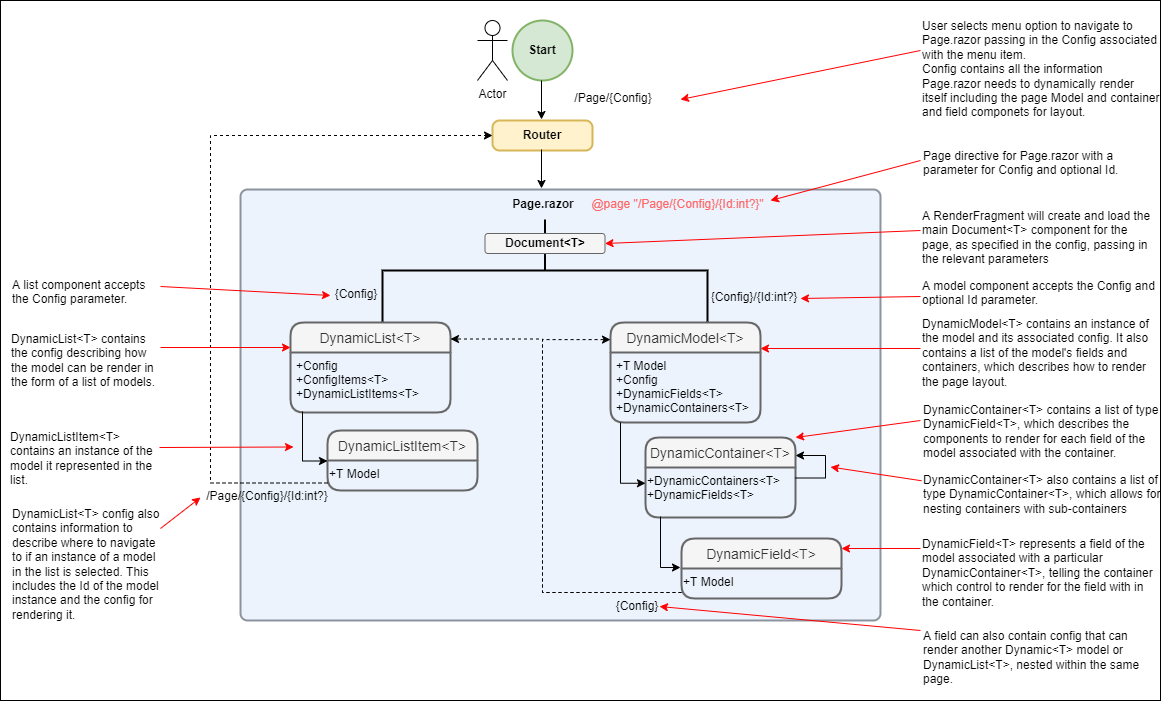
Above: readme-images/PageRenderHierarchy.drawio.png in grantcolley/headway (draw.io), before the change. Source tidied: cells renumbered, new cells last; positions are measured from the earlier drawing's top-left corner, leaving out a move shared by most shapes.
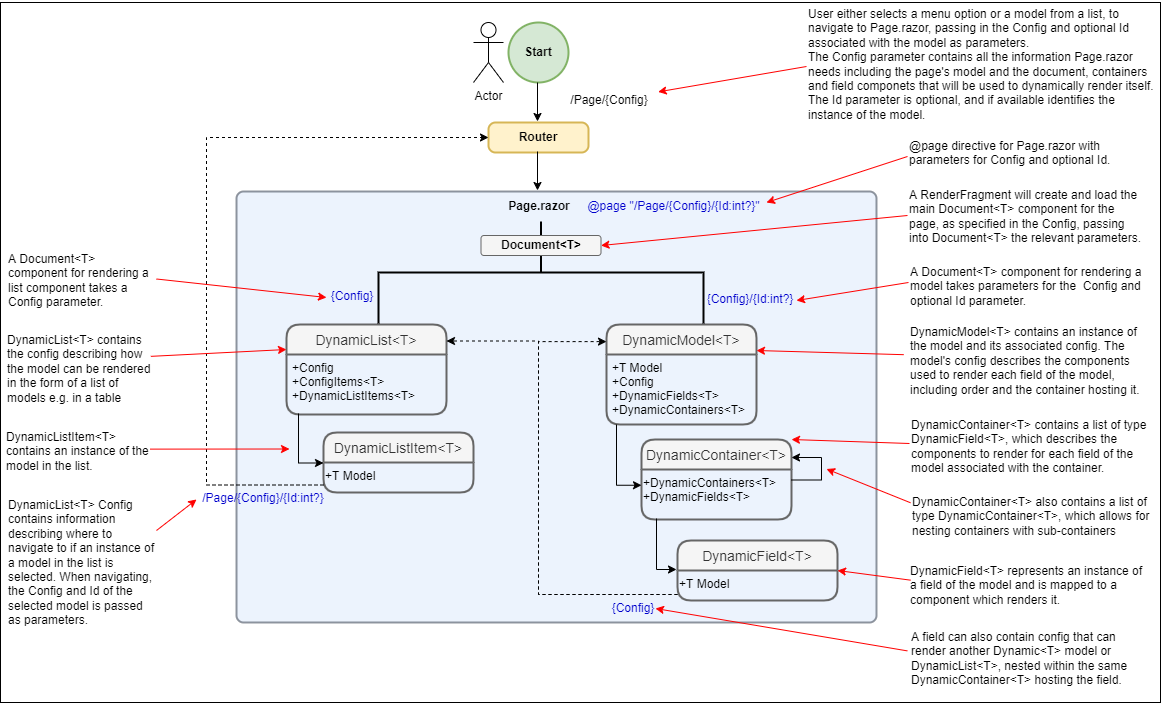
The same file after the commit.

The edit, as a diff of the source:
```diff
@@ -3,7 +3,7 @@
     <mxCell id="0" />
     <mxCell id="1" parent="0" />
     <mxCell id="2" style="rounded=0;whiteSpace=wrap;html=1;fontColor=#000000;" parent="1" vertex="1">
-      <mxGeometry width="1160" height="700" as="geometry" />
+      <mxGeometry x="4" width="1160" height="700" as="geometry" />
     </mxCell>
     <mxCell id="3" value="&lt;b&gt;Start&lt;/b&gt;" style="strokeWidth=2;html=1;shape=mxgraph.flowchart.start_2;whiteSpace=wrap;fillColor=#d5e8d4;strokeColor=#82b366;" parent="1" vertex="1">
       <mxGeometry x="512" y="20" width="60" height="60" as="geometry" />
@@ -124,57 +124,47 @@
     <mxCell id="27" value="/Page/{Config}" style="text;strokeColor=none;fillColor=none;spacingLeft=4;spacingRight=4;overflow=hidden;points=[[0,0.5],[1,0.5]];portConstraint=eastwest;fontSize=12;align=center;opacity=50;" parent="1" vertex="1">
       <mxGeometry x="546" y="84" width="134" height="30" as="geometry" />
     </mxCell>
-    <mxCell id="28" value="/Page/{Config}/{Id:int?}" style="text;strokeColor=none;fillColor=none;spacingLeft=4;spacingRight=4;overflow=hidden;fontSize=12;align=center;opacity=50;direction=east;rotation=0;" parent="1" vertex="1">
+    <mxCell id="28" value="/Page/{Config}/{Id:int?}" style="text;strokeColor=none;fillColor=none;spacingLeft=4;spacingRight=4;overflow=hidden;fontSize=12;align=center;opacity=50;direction=east;rotation=0;fontColor=#0000CC;" parent="1" vertex="1">
       <mxGeometry x="200" y="482" width="134" height="30" as="geometry" />
     </mxCell>
-    <mxCell id="29" value="{Config}" style="text;strokeColor=none;fillColor=none;spacingLeft=4;spacingRight=4;overflow=hidden;points=[[0,0.5],[1,0.5]];portConstraint=eastwest;fontSize=12;align=center;opacity=50;" parent="1" vertex="1">
+    <mxCell id="29" value="{Config}" style="text;strokeColor=none;fillColor=none;spacingLeft=4;spacingRight=4;overflow=hidden;points=[[0,0.5],[1,0.5]];portConstraint=eastwest;fontSize=12;align=center;opacity=50;fontColor=#0000CC;" parent="1" vertex="1">
       <mxGeometry x="330" y="280" width="52" height="30" as="geometry" />
     </mxCell>
-    <mxCell id="30" value="{Config}/{Id:int?}" style="text;strokeColor=none;fillColor=none;spacingLeft=4;spacingRight=4;overflow=hidden;fontSize=12;align=center;opacity=50;" parent="1" vertex="1">
+    <mxCell id="30" value="{Config}/{Id:int?}" style="text;strokeColor=none;fillColor=none;spacingLeft=4;spacingRight=4;overflow=hidden;fontSize=12;align=center;opacity=50;fontColor=#0000CC;" parent="1" vertex="1">
       <mxGeometry x="707" y="283" width="94" height="30" as="geometry" />
     </mxCell>
-    <mxCell id="31" value="@page &quot;/Page/{Config}/{Id:int?}&quot;" style="text;strokeColor=none;fillColor=none;spacingLeft=4;spacingRight=4;overflow=hidden;fontSize=12;align=center;opacity=50;fontColor=#FF6666;" parent="1" vertex="1">
+    <mxCell id="31" value="@page &quot;/Page/{Config}/{Id:int?}&quot;" style="text;strokeColor=none;fillColor=none;spacingLeft=4;spacingRight=4;overflow=hidden;fontSize=12;align=center;opacity=50;fontColor=#0000CC;" parent="1" vertex="1">
       <mxGeometry x="585" y="190" width="185" height="30" as="geometry" />
     </mxCell>
     <mxCell id="32" value="Actor" style="shape=umlActor;verticalLabelPosition=bottom;verticalAlign=top;html=1;" parent="1" vertex="1">
       <mxGeometry x="477" y="20" width="30" height="60" as="geometry" />
     </mxCell>
-    <mxCell id="33" style="endArrow=classic;html=1;rounded=0;entryX=1;entryY=0.5;entryDx=0;entryDy=0;fillColor=#f8cecc;strokeColor=#FF0000;" parent="1" edge="1">
-      <mxGeometry relative="1" as="geometry">
-        <mxPoint x="920" y="50" as="sourcePoint" />
-        <mxPoint x="680" y="99" as="targetPoint" />
-      </mxGeometry>
+    <mxCell id="33" style="endArrow=classic;html=1;rounded=0;fillColor=#f8cecc;strokeColor=#FF0000;exitX=0;exitY=0.5;exitDx=0;exitDy=0;entryX=0.863;entryY=0.179;entryDx=0;entryDy=0;entryPerimeter=0;" parent="1" edge="1" source="45" target="27">
+      <mxGeometry relative="1" as="geometry" />
     </mxCell>
     <mxCell id="34" style="endArrow=classic;html=1;rounded=0;strokeColor=#FF0000;exitX=0;exitY=0.5;exitDx=0;exitDy=0;" parent="1" edge="1" source="48">
       <mxGeometry relative="1" as="geometry">
         <mxPoint x="800" y="298" as="targetPoint" />
       </mxGeometry>
     </mxCell>
-    <mxCell id="35" style="endArrow=classic;html=1;rounded=0;strokeColor=#FF0000;entryX=0.989;entryY=0.167;entryDx=0;entryDy=0;entryPerimeter=0;" parent="1" edge="1">
+    <mxCell id="35" style="endArrow=classic;html=1;rounded=0;strokeColor=#FF0000;entryX=0.989;entryY=0.167;entryDx=0;entryDy=0;entryPerimeter=0;exitX=-0.02;exitY=0.402;exitDx=0;exitDy=0;exitPerimeter=0;" parent="1" edge="1" source="52">
       <mxGeometry relative="1" as="geometry">
-        <mxPoint x="920" y="348" as="sourcePoint" />
         <mxPoint x="760" y="348" as="targetPoint" />
       </mxGeometry>
     </mxCell>
-    <mxCell id="36" style="endArrow=classic;html=1;rounded=0;strokeColor=#FF0000;entryX=1;entryY=0;entryDx=0;entryDy=0;" parent="1" edge="1" target="12">
-      <mxGeometry relative="1" as="geometry">
-        <mxPoint x="920" y="420" as="sourcePoint" />
-      </mxGeometry>
+    <mxCell id="36" style="endArrow=classic;html=1;rounded=0;strokeColor=#FF0000;entryX=1;entryY=0;entryDx=0;entryDy=0;exitX=0;exitY=0.5;exitDx=0;exitDy=0;" parent="1" edge="1" source="53" target="12">
+      <mxGeometry relative="1" as="geometry" />
     </mxCell>
     <mxCell id="37" style="endArrow=classic;html=1;rounded=0;strokeColor=#FF0000;entryX=1;entryY=0;entryDx=0;entryDy=0;exitX=0;exitY=0.25;exitDx=0;exitDy=0;" parent="1" edge="1" source="54">
       <mxGeometry relative="1" as="geometry">
         <mxPoint x="830" y="466.5" as="targetPoint" />
       </mxGeometry>
     </mxCell>
-    <mxCell id="38" style="endArrow=classic;html=1;rounded=0;strokeColor=#FF0000;" parent="1" edge="1">
-      <mxGeometry relative="1" as="geometry">
-        <mxPoint x="920" y="548" as="sourcePoint" />
-        <mxPoint x="841" y="548" as="targetPoint" />
-      </mxGeometry>
+    <mxCell id="38" style="endArrow=classic;html=1;rounded=0;strokeColor=#FF0000;exitX=0.009;exitY=0.378;exitDx=0;exitDy=0;exitPerimeter=0;entryX=1;entryY=0.5;entryDx=0;entryDy=0;" parent="1" edge="1" source="55" target="15">
+      <mxGeometry relative="1" as="geometry" />
     </mxCell>
-    <mxCell id="39" style="endArrow=classic;html=1;rounded=0;strokeColor=#FF0000;" parent="1" edge="1">
+    <mxCell id="39" style="endArrow=classic;html=1;rounded=0;strokeColor=#FF0000;exitX=-0.009;exitY=0.351;exitDx=0;exitDy=0;exitPerimeter=0;" parent="1" edge="1" source="56">
       <mxGeometry relative="1" as="geometry">
-        <mxPoint x="920" y="630" as="sourcePoint" />
         <mxPoint x="659" y="606" as="targetPoint" />
       </mxGeometry>
     </mxCell>
@@ -184,78 +174,71 @@
         <mxPoint x="200" y="497" as="targetPoint" />
       </mxGeometry>
     </mxCell>
-    <mxCell id="41" style="endArrow=classic;html=1;rounded=0;strokeColor=#FF0000;entryX=0;entryY=0.5;entryDx=0;entryDy=0;" parent="1" edge="1" target="29">
-      <mxGeometry relative="1" as="geometry">
-        <mxPoint x="160" y="286" as="sourcePoint" />
-      </mxGeometry>
+    <mxCell id="41" style="endArrow=classic;html=1;rounded=0;strokeColor=#FF0000;entryX=0;entryY=0.5;entryDx=0;entryDy=0;exitX=1;exitY=0.5;exitDx=0;exitDy=0;exitPerimeter=0;" parent="1" edge="1" source="57" target="29">
+      <mxGeometry relative="1" as="geometry" />
     </mxCell>
-    <mxCell id="42" style="endArrow=classic;html=1;rounded=0;strokeColor=#FF0000;entryX=0;entryY=0.5;entryDx=0;entryDy=0;" parent="1" edge="1">
+    <mxCell id="42" style="endArrow=classic;html=1;rounded=0;strokeColor=#FF0000;entryX=0;entryY=0.5;entryDx=0;entryDy=0;exitX=0.969;exitY=0.398;exitDx=0;exitDy=0;exitPerimeter=0;" parent="1" edge="1" source="58">
       <mxGeometry relative="1" as="geometry">
-        <mxPoint x="160" y="347" as="sourcePoint" />
         <mxPoint x="290" y="347" as="targetPoint" />
       </mxGeometry>
     </mxCell>
-    <mxCell id="43" style="endArrow=classic;html=1;rounded=0;strokeColor=#FF0000;entryX=0;entryY=0.5;entryDx=0;entryDy=0;" parent="1" edge="1">
+    <mxCell id="43" style="endArrow=classic;html=1;rounded=0;strokeColor=#FF0000;entryX=0;entryY=0.5;entryDx=0;entryDy=0;exitX=0.97;exitY=0.387;exitDx=0;exitDy=0;exitPerimeter=0;" parent="1" edge="1" source="59">
       <mxGeometry relative="1" as="geometry">
-        <mxPoint x="159" y="447" as="sourcePoint" />
         <mxPoint x="293" y="446.5" as="targetPoint" />
       </mxGeometry>
     </mxCell>
-    <mxCell id="44" value="{Config}" style="text;strokeColor=none;fillColor=none;spacingLeft=4;spacingRight=4;overflow=hidden;fontSize=12;align=center;opacity=50;" parent="1" vertex="1">
+    <mxCell id="44" value="{Config}" style="text;strokeColor=none;fillColor=none;spacingLeft=4;spacingRight=4;overflow=hidden;fontSize=12;align=center;opacity=50;fontColor=#0000CC;" parent="1" vertex="1">
       <mxGeometry x="590" y="592" width="94" height="30" as="geometry" />
     </mxCell>
-    <mxCell id="45" value="User selects menu option to navigate to Page.razor passing in the Config associated with the menu item.&lt;br&gt;Config contains all the information Page.razor needs to dynamically render itself including the page Model and container and field componets for layout." style="text;html=1;strokeColor=none;fillColor=none;align=left;verticalAlign=top;whiteSpace=wrap;rounded=0;" parent="1" vertex="1">
-      <mxGeometry x="920" y="12" width="240" height="115" as="geometry" />
+    <mxCell id="45" value="User either selects a menu option or a model from a list, to navigate to Page.razor, passing in the Config and optional Id associated with the model as parameters.&lt;br&gt;The Config parameter contains all the information Page.razor needs including the page's model and the document, containers and field componets that will be used to dynamically render itself.&lt;br&gt;The Id parameter is optional, and if available identifies the instance of the&amp;nbsp;model." style="text;html=1;strokeColor=none;fillColor=none;align=left;verticalAlign=top;whiteSpace=wrap;rounded=0;" parent="1" vertex="1">
+      <mxGeometry x="810" y="-2" width="350" height="132" as="geometry" />
     </mxCell>
-    <mxCell id="46" style="endArrow=classic;html=1;rounded=0;strokeColor=#FF0000;entryX=0.989;entryY=0.167;entryDx=0;entryDy=0;entryPerimeter=0;" parent="1" edge="1">
+    <mxCell id="46" style="endArrow=classic;html=1;rounded=0;strokeColor=#FF0000;entryX=0.989;entryY=0.167;entryDx=0;entryDy=0;entryPerimeter=0;exitX=0;exitY=0.5;exitDx=0;exitDy=0;" parent="1" edge="1" source="47">
       <mxGeometry relative="1" as="geometry">
-        <mxPoint x="920" y="160" as="sourcePoint" />
         <mxPoint x="770" y="200" as="targetPoint" />
       </mxGeometry>
     </mxCell>
-    <mxCell id="47" value="Page directive for Page.razor with a parameter for Config and optional Id." style="text;html=1;strokeColor=none;fillColor=none;align=left;verticalAlign=top;whiteSpace=wrap;rounded=0;" parent="1" vertex="1">
-      <mxGeometry x="921" y="142" width="240" height="48" as="geometry" />
+    <mxCell id="47" value="@page directive for Page.razor with parameters for Config and optional Id." style="text;html=1;strokeColor=none;fillColor=none;align=left;verticalAlign=top;whiteSpace=wrap;rounded=0;" parent="1" vertex="1">
+      <mxGeometry x="911" y="130" width="240" height="48" as="geometry" />
     </mxCell>
-    <mxCell id="48" value="A model component accepts the Config and optional Id parameter." style="text;html=1;strokeColor=none;fillColor=none;align=left;verticalAlign=top;whiteSpace=wrap;rounded=0;" parent="1" vertex="1">
-      <mxGeometry x="920" y="272" width="240" height="48" as="geometry" />
+    <mxCell id="48" value="A Document&amp;lt;T&amp;gt; component for rendering a model takes parameters for the&amp;nbsp; Config and optional Id parameter." style="text;html=1;strokeColor=none;fillColor=none;align=left;verticalAlign=top;whiteSpace=wrap;rounded=0;" parent="1" vertex="1">
+      <mxGeometry x="912" y="256" width="240" height="48" as="geometry" />
     </mxCell>
     <mxCell id="49" value="&lt;font color=&quot;#000000&quot;&gt;Document&amp;lt;T&amp;gt;&lt;/font&gt;" style="rounded=1;whiteSpace=wrap;html=1;fontColor=#333333;fillColor=#f5f5f5;strokeColor=#666666;fontStyle=1;" parent="1" vertex="1">
       <mxGeometry x="484.5" y="233" width="120" height="20" as="geometry" />
     </mxCell>
-    <mxCell id="50" style="endArrow=classic;html=1;rounded=0;strokeColor=#FF0000;entryX=1;entryY=0.5;entryDx=0;entryDy=0;" parent="1" edge="1" target="49">
-      <mxGeometry relative="1" as="geometry">
-        <mxPoint x="920" y="230" as="sourcePoint" />
-      </mxGeometry>
+    <mxCell id="50" style="endArrow=classic;html=1;rounded=0;strokeColor=#FF0000;entryX=1;entryY=0.5;entryDx=0;entryDy=0;exitX=0;exitY=0.5;exitDx=0;exitDy=0;" parent="1" edge="1" source="51" target="49">
+      <mxGeometry relative="1" as="geometry" />
     </mxCell>
-    <mxCell id="51" value="A RenderFragment will create and load the main Document&amp;lt;T&amp;gt; component for the page, as specified in the config, passing in the relevant parameters" style="text;html=1;strokeColor=none;fillColor=none;align=left;verticalAlign=top;whiteSpace=wrap;rounded=0;" parent="1" vertex="1">
-      <mxGeometry x="920" y="202" width="240" height="68" as="geometry" />
+    <mxCell id="51" value="A RenderFragment will create and load the main Document&amp;lt;T&amp;gt; component for the page, as specified in the Config, passing into Document&amp;lt;T&amp;gt; the relevant parameters." style="text;html=1;strokeColor=none;fillColor=none;align=left;verticalAlign=top;whiteSpace=wrap;rounded=0;" parent="1" vertex="1">
+      <mxGeometry x="911" y="179" width="240" height="68" as="geometry" />
     </mxCell>
-    <mxCell id="52" value="DynamicModel&amp;lt;T&amp;gt; contains an instance of the model and its associated config. It also contains a list of the model's fields and containers, which describes how to render the page layout.&amp;nbsp;" style="text;html=1;strokeColor=none;fillColor=none;align=left;verticalAlign=top;whiteSpace=wrap;rounded=0;" parent="1" vertex="1">
-      <mxGeometry x="920" y="310" width="240" height="90" as="geometry" />
+    <mxCell id="52" value="DynamicModel&amp;lt;T&amp;gt; contains an instance of the model and its associated config. The model's config describes the components used to render each field of the model, including order and the container hosting it." style="text;html=1;strokeColor=none;fillColor=none;align=left;verticalAlign=top;whiteSpace=wrap;rounded=0;" parent="1" vertex="1">
+      <mxGeometry x="912" y="316" width="240" height="90" as="geometry" />
     </mxCell>
     <mxCell id="53" value="DynamicContainer&amp;lt;T&amp;gt; contains a list of type DynamicField&amp;lt;T&amp;gt;, which describes the components to render for each field of the model associated with the container." style="text;html=1;strokeColor=none;fillColor=none;align=left;verticalAlign=top;whiteSpace=wrap;rounded=0;" parent="1" vertex="1">
-      <mxGeometry x="921" y="396" width="240" height="64" as="geometry" />
+      <mxGeometry x="913" y="409" width="240" height="64" as="geometry" />
     </mxCell>
     <mxCell id="54" value="DynamicContainer&amp;lt;T&amp;gt; also contains a list of type DynamicContainer&amp;lt;T&amp;gt;, which allows for nesting containers with sub-containers" style="text;html=1;strokeColor=none;fillColor=none;align=left;verticalAlign=top;whiteSpace=wrap;rounded=0;" parent="1" vertex="1">
-      <mxGeometry x="921" y="466" width="240" height="57" as="geometry" />
+      <mxGeometry x="914" y="486" width="240" height="57" as="geometry" />
     </mxCell>
-    <mxCell id="55" value="DynamicField&amp;lt;T&amp;gt; represents a field of the model associated with a particular DynamicContainer&amp;lt;T&amp;gt;, telling the container which control to render for the field with in the container.&amp;nbsp;" style="text;html=1;strokeColor=none;fillColor=none;align=left;verticalAlign=top;whiteSpace=wrap;rounded=0;" parent="1" vertex="1">
-      <mxGeometry x="920" y="530" width="240" height="80" as="geometry" />
+    <mxCell id="55" value="DynamicField&amp;lt;T&amp;gt; represents an instance of a field of the model and is mapped to a component which renders it." style="text;html=1;strokeColor=none;fillColor=none;align=left;verticalAlign=top;whiteSpace=wrap;rounded=0;" parent="1" vertex="1">
+      <mxGeometry x="912" y="555" width="240" height="60" as="geometry" />
     </mxCell>
-    <mxCell id="56" value="A field can also contain config that can render another Dynamic&amp;lt;T&amp;gt; model or DynamicList&amp;lt;T&amp;gt;, nested within the same page.&amp;nbsp;" style="text;html=1;strokeColor=none;fillColor=none;align=left;verticalAlign=top;whiteSpace=wrap;rounded=0;" parent="1" vertex="1">
-      <mxGeometry x="921" y="622" width="240" height="78" as="geometry" />
+    <mxCell id="56" value="A field can also contain config that can render another Dynamic&amp;lt;T&amp;gt; model or DynamicList&amp;lt;T&amp;gt;, nested within the same DynamicContainer&amp;lt;T&amp;gt; hosting the field.&amp;nbsp;" style="text;html=1;strokeColor=none;fillColor=none;align=left;verticalAlign=top;whiteSpace=wrap;rounded=0;" parent="1" vertex="1">
+      <mxGeometry x="913" y="621" width="240" height="78" as="geometry" />
     </mxCell>
-    <mxCell id="57" value="A list component accepts the Config parameter." style="text;html=1;strokeColor=none;fillColor=none;align=left;verticalAlign=top;whiteSpace=wrap;rounded=0;" parent="1" vertex="1">
-      <mxGeometry x="10" y="271" width="150" height="48" as="geometry" />
+    <mxCell id="57" value="A Document&amp;lt;T&amp;gt; component for rendering a list component takes a Config parameter." style="text;html=1;strokeColor=none;fillColor=none;align=left;verticalAlign=top;whiteSpace=wrap;rounded=0;" parent="1" vertex="1">
+      <mxGeometry x="10" y="243" width="150" height="67" as="geometry" />
     </mxCell>
-    <mxCell id="58" value="DynamicList&amp;lt;T&amp;gt; contains the config describing how the model can be render in the form of a list of models.&amp;nbsp;" style="text;html=1;strokeColor=none;fillColor=none;align=left;verticalAlign=top;whiteSpace=wrap;rounded=0;" parent="1" vertex="1">
-      <mxGeometry x="9" y="325" width="150" height="75" as="geometry" />
+    <mxCell id="58" value="DynamicList&amp;lt;T&amp;gt; contains the config describing how the model can be rendered in the form of a list of models e.g. in a table" style="text;html=1;strokeColor=none;fillColor=none;align=left;verticalAlign=top;whiteSpace=wrap;rounded=0;" parent="1" vertex="1">
+      <mxGeometry x="9" y="324" width="150" height="75" as="geometry" />
     </mxCell>
-    <mxCell id="59" value="DynamicListItem&amp;lt;T&amp;gt; contains an instance of the model it represented in the list." style="text;html=1;strokeColor=none;fillColor=none;align=left;verticalAlign=top;whiteSpace=wrap;rounded=0;" parent="1" vertex="1">
-      <mxGeometry x="8" y="422.5" width="150" height="67.5" as="geometry" />
+    <mxCell id="59" value="DynamicListItem&amp;lt;T&amp;gt; contains an instance of the model in the list." style="text;html=1;strokeColor=none;fillColor=none;align=left;verticalAlign=top;whiteSpace=wrap;rounded=0;" parent="1" vertex="1">
+      <mxGeometry x="8" y="420.5" width="150" height="67.5" as="geometry" />
     </mxCell>
-    <mxCell id="60" value="DynamicList&amp;lt;T&amp;gt; config also contains information to describe where to navigate to if an instance of a model in the list is selected. This includes the Id of the model instance and the config for rendering it." style="text;html=1;strokeColor=none;fillColor=none;align=left;verticalAlign=top;whiteSpace=wrap;rounded=0;" parent="1" vertex="1">
-      <mxGeometry x="10" y="500" width="150" height="130" as="geometry" />
+    <mxCell id="60" value="DynamicList&amp;lt;T&amp;gt; Config contains information describing&amp;nbsp;where to navigate to if an instance of a model in the list is selected. When navigating, the Config and Id of the selected model is passed as parameters." style="text;html=1;strokeColor=none;fillColor=none;align=left;verticalAlign=top;whiteSpace=wrap;rounded=0;" parent="1" vertex="1">
+      <mxGeometry x="10" y="489" width="150" height="141" as="geometry" />
     </mxCell>
   </root>
 </mxGraphModel>
```
